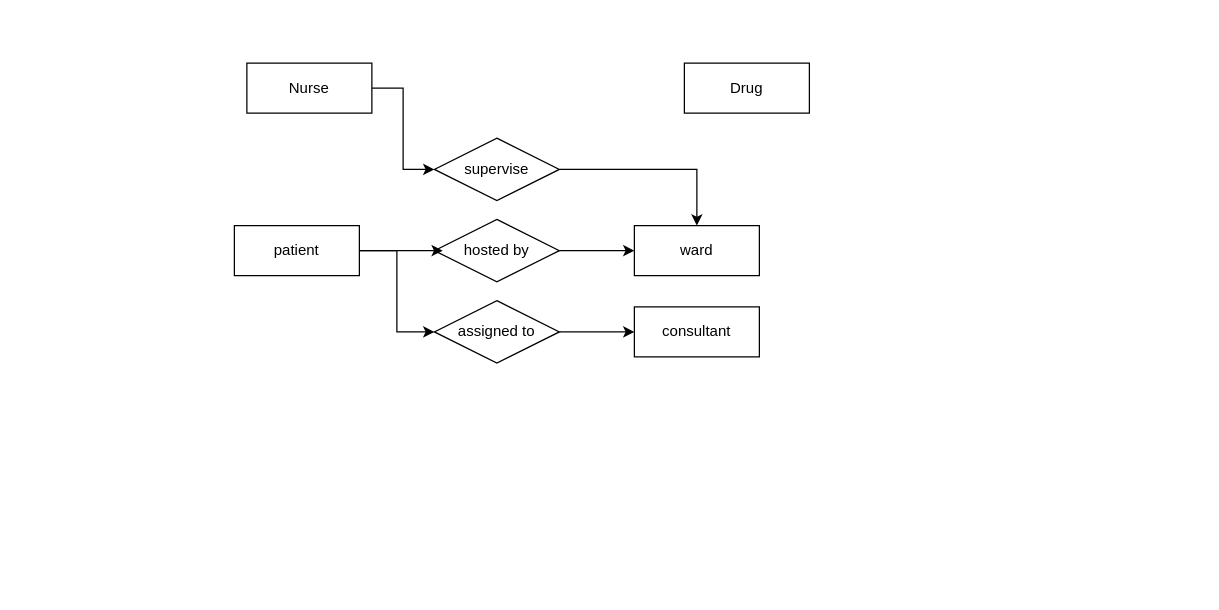
The draw.io diagram Task session 1&2/taske 1 case 3.drawio in Mariam-Amer000/zageng-2025_2026-.NET-, before the edit. Source tidied: cells renumbered, new cells numbered last; positions are measured from the earlier drawing's top-left corner, leaving out a move shared by most shapes. Both pictures are drawn from the tidied source at 125%, with x=0, y=0 at pixel (234, 62).
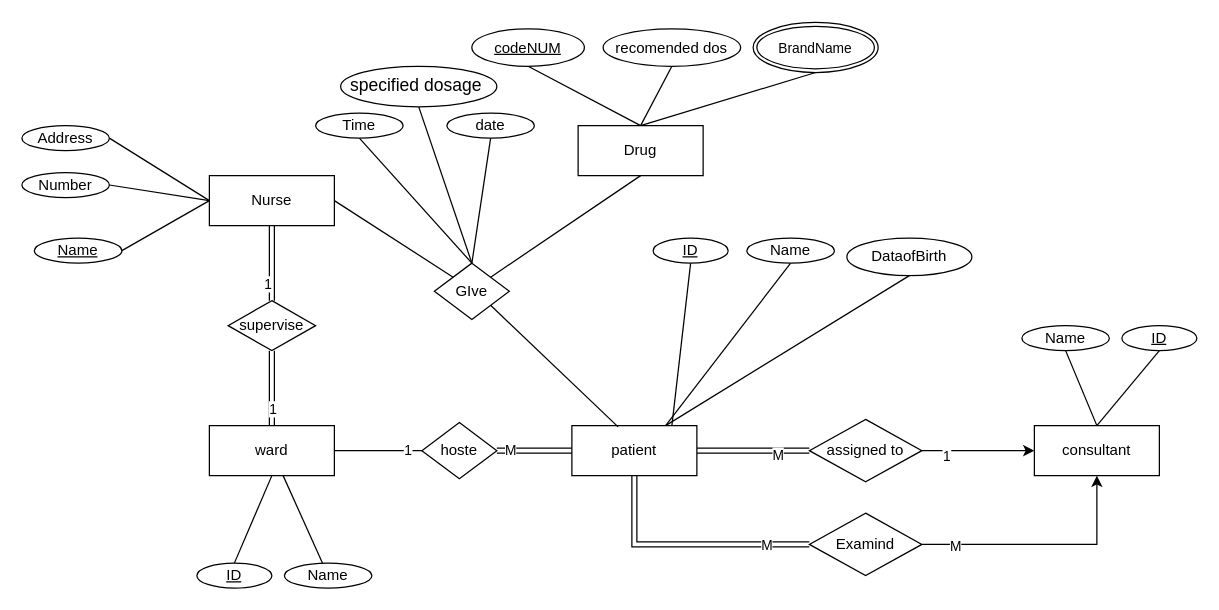
Above is the later version.

Commit message (it also covers changes not shown here):
case 3 ERD && mapping

What changed in the source:
```diff
@@
+    <mxCell id="16" style="edgeStyle=orthogonalEdgeStyle;rounded=0;jettySize=auto;html=1;exitX=1;exitY=0.5;exitDx=0;exitDy=0;entryX=0;entryY=0.5;entryDx=0;entryDy=0;endArrow=none;endFill=0;" parent="1" edge="1" source="2" target="10">
+      <mxGeometry relative="1" as="geometry" />
+    </mxCell>
+    <mxCell id="17" value="1" style="edgeLabel;html=1;align=center;verticalAlign=middle;" parent="16" vertex="1">
+      <mxGeometry x="0.66" y="1" relative="1" as="geometry" />
+    </mxCell>
+    <mxCell id="18" style="rounded=0;jettySize=auto;html=1;endArrow=none;endFill=0;" parent="1" edge="1" source="2" target="47">
+      <mxGeometry relative="1" as="geometry" />
+    </mxCell>
+    <mxCell id="19" style="shape=connector;rounded=0;jettySize=auto;html=1;exitX=0.5;exitY=1;exitDx=0;exitDy=0;entryX=0.5;entryY=0;entryDx=0;entryDy=0;strokeColor=default;align=center;verticalAlign=middle;fontFamily=Helvetica;fontSize=11;fontColor=default;labelBackgroundColor=default;endArrow=none;endFill=0;" parent="1" edge="1" source="2" target="46">
+      <mxGeometry relative="1" as="geometry" />
+    </mxCell>
     <mxCell id="2" value="ward" style="whiteSpace=wrap;html=1;align=center;" parent="1" vertex="1">
-      <mxGeometry x="320" y="130" width="100" height="40" as="geometry" />
+      <mxGeometry x="-20" y="290" width="100" height="40" as="geometry" />
     </mxCell>
-    <mxCell id="3" style="edgeStyle=orthogonalEdgeStyle;rounded=0;jettySize=auto;html=1;exitX=1;exitY=0.5;exitDx=0;exitDy=0;entryX=0;entryY=0.5;entryDx=0;entryDy=0;" parent="1" edge="1" source="4" target="13">
+    <mxCell id="3" style="edgeStyle=orthogonalEdgeStyle;rounded=0;jettySize=auto;html=1;exitX=1;exitY=0.5;exitDx=0;exitDy=0;entryX=0;entryY=0.5;entryDx=0;entryDy=0;shape=link;" parent="1" edge="1" source="4" target="13">
       <mxGeometry relative="1" as="geometry" />
     </mxCell>
+    <mxCell id="20" value="M" style="edgeLabel;html=1;align=center;verticalAlign=middle;" parent="3" vertex="1">
+      <mxGeometry x="0.42" y="-3" relative="1" as="geometry" />
+    </mxCell>
+    <mxCell id="21" style="edgeStyle=orthogonalEdgeStyle;rounded=0;jettySize=auto;html=1;exitX=0.5;exitY=1;exitDx=0;exitDy=0;entryX=0;entryY=0.5;entryDx=0;entryDy=0;shape=link;" parent="1" edge="1" source="4" target="40">
+      <mxGeometry relative="1" as="geometry" />
+    </mxCell>
+    <mxCell id="22" value="M" style="edgeLabel;html=1;align=center;verticalAlign=middle;" parent="21" vertex="1">
+      <mxGeometry x="0.64" relative="1" as="geometry" />
+    </mxCell>
+    <mxCell id="23" style="edgeStyle=none;shape=connector;rounded=0;jettySize=auto;html=1;exitX=0.75;exitY=0;exitDx=0;exitDy=0;entryX=0.5;entryY=1;entryDx=0;entryDy=0;strokeColor=default;align=center;verticalAlign=middle;fontFamily=Helvetica;fontSize=11;fontColor=default;labelBackgroundColor=default;endArrow=none;endFill=0;" parent="1" edge="1" source="4" target="52">
+      <mxGeometry relative="1" as="geometry" />
+    </mxCell>
     <mxCell id="4" value="patient" style="whiteSpace=wrap;html=1;align=center;" parent="1" vertex="1">
-      <mxGeometry y="130" width="100" height="40" as="geometry" />
+      <mxGeometry x="270" y="290" width="100" height="40" as="geometry" />
     </mxCell>
+    <mxCell id="24" style="edgeStyle=none;shape=connector;rounded=0;jettySize=auto;html=1;exitX=0.5;exitY=0;exitDx=0;exitDy=0;entryX=0.5;entryY=1;entryDx=0;entryDy=0;strokeColor=default;align=center;verticalAlign=middle;fontFamily=Helvetica;fontSize=11;fontColor=default;labelBackgroundColor=default;endArrow=none;endFill=0;" parent="1" edge="1" source="5" target="54">
+      <mxGeometry relative="1" as="geometry" />
+    </mxCell>
+    <mxCell id="25" style="edgeStyle=none;shape=connector;rounded=0;jettySize=auto;html=1;exitX=0.5;exitY=0;exitDx=0;exitDy=0;entryX=0.5;entryY=1;entryDx=0;entryDy=0;strokeColor=default;align=center;verticalAlign=middle;fontFamily=Helvetica;fontSize=11;fontColor=default;labelBackgroundColor=default;endArrow=none;endFill=0;" parent="1" edge="1" source="5" target="53">
+      <mxGeometry relative="1" as="geometry" />
+    </mxCell>
     <mxCell id="5" value="consultant" style="whiteSpace=wrap;html=1;align=center;" parent="1" vertex="1">
-      <mxGeometry x="320" y="195" width="100" height="40" as="geometry" />
+      <mxGeometry x="640" y="290" width="100" height="40" as="geometry" />
     </mxCell>
-    <mxCell id="6" style="edgeStyle=orthogonalEdgeStyle;rounded=0;jettySize=auto;html=1;exitX=1;exitY=0.5;exitDx=0;exitDy=0;entryX=0;entryY=0.5;entryDx=0;entryDy=0;" parent="1" edge="1" source="7" target="15">
+    <mxCell id="6" style="edgeStyle=orthogonalEdgeStyle;rounded=0;jettySize=auto;html=1;exitX=0.5;exitY=1;exitDx=0;exitDy=0;entryX=0.5;entryY=0;entryDx=0;entryDy=0;shape=link;" parent="1" edge="1" source="7" target="15">
       <mxGeometry relative="1" as="geometry" />
     </mxCell>
+    <mxCell id="26" value="1" style="edgeLabel;html=1;align=center;verticalAlign=middle;" parent="6" vertex="1">
+      <mxGeometry x="0.53" y="-4" relative="1" as="geometry" />
+    </mxCell>
+    <mxCell id="27" style="edgeStyle=none;shape=connector;rounded=0;jettySize=auto;html=1;exitX=0;exitY=0.5;exitDx=0;exitDy=0;entryX=1;entryY=0.5;entryDx=0;entryDy=0;strokeColor=default;align=center;verticalAlign=middle;fontFamily=Helvetica;fontSize=11;fontColor=default;labelBackgroundColor=default;endArrow=none;endFill=0;" parent="1" edge="1" source="7" target="55">
+      <mxGeometry relative="1" as="geometry" />
+    </mxCell>
+    <mxCell id="28" style="edgeStyle=none;shape=connector;rounded=0;jettySize=auto;html=1;exitX=0;exitY=0.5;exitDx=0;exitDy=0;entryX=1;entryY=0.5;entryDx=0;entryDy=0;strokeColor=default;align=center;verticalAlign=middle;fontFamily=Helvetica;fontSize=11;fontColor=default;labelBackgroundColor=default;endArrow=none;endFill=0;" parent="1" edge="1" source="7" target="56">
+      <mxGeometry relative="1" as="geometry" />
+    </mxCell>
+    <mxCell id="29" style="edgeStyle=none;shape=connector;rounded=0;jettySize=auto;html=1;exitX=0;exitY=0.5;exitDx=0;exitDy=0;entryX=1;entryY=0.5;entryDx=0;entryDy=0;strokeColor=default;align=center;verticalAlign=middle;fontFamily=Helvetica;fontSize=11;fontColor=default;labelBackgroundColor=default;endArrow=none;endFill=0;" parent="1" edge="1" source="7" target="57">
+      <mxGeometry relative="1" as="geometry" />
+    </mxCell>
+    <mxCell id="30" style="edgeStyle=none;shape=connector;rounded=0;jettySize=auto;html=1;exitX=1;exitY=0.5;exitDx=0;exitDy=0;entryX=0;entryY=0;entryDx=0;entryDy=0;strokeColor=default;align=center;verticalAlign=middle;fontFamily=Helvetica;fontSize=11;fontColor=default;labelBackgroundColor=default;endArrow=none;endFill=0;" parent="1" edge="1" source="7" target="45">
+      <mxGeometry relative="1" as="geometry" />
+    </mxCell>
     <mxCell id="7" value="Nurse" style="whiteSpace=wrap;html=1;align=center;" parent="1" vertex="1">
-      <mxGeometry x="10" width="100" height="40" as="geometry" />
+      <mxGeometry x="-20" y="90" width="100" height="40" as="geometry" />
     </mxCell>
+    <mxCell id="31" style="edgeStyle=none;shape=connector;rounded=0;jettySize=auto;html=1;exitX=0.5;exitY=0;exitDx=0;exitDy=0;entryX=0.5;entryY=1;entryDx=0;entryDy=0;strokeColor=default;align=center;verticalAlign=middle;fontFamily=Helvetica;fontSize=11;fontColor=default;labelBackgroundColor=default;endArrow=none;endFill=0;" parent="1" edge="1" source="8" target="59">
+      <mxGeometry relative="1" as="geometry" />
+    </mxCell>
+    <mxCell id="32" style="edgeStyle=none;shape=connector;rounded=0;jettySize=auto;html=1;exitX=0.5;exitY=0;exitDx=0;exitDy=0;entryX=0.5;entryY=1;entryDx=0;entryDy=0;strokeColor=default;align=center;verticalAlign=middle;fontFamily=Helvetica;fontSize=11;fontColor=default;labelBackgroundColor=default;endArrow=none;endFill=0;" parent="1" edge="1" source="8" target="60">
+      <mxGeometry relative="1" as="geometry" />
+    </mxCell>
+    <mxCell id="33" style="edgeStyle=none;shape=connector;rounded=0;jettySize=auto;html=1;exitX=0.5;exitY=0;exitDx=0;exitDy=0;entryX=0.5;entryY=1;entryDx=0;entryDy=0;strokeColor=default;align=center;verticalAlign=middle;fontFamily=Helvetica;fontSize=11;fontColor=default;labelBackgroundColor=default;endArrow=none;endFill=0;" parent="1" edge="1" source="8" target="61">
+      <mxGeometry relative="1" as="geometry" />
+    </mxCell>
     <mxCell id="8" value="Drug" style="whiteSpace=wrap;html=1;align=center;" parent="1" vertex="1">
-      <mxGeometry x="360" width="100" height="40" as="geometry" />
+      <mxGeometry x="275" y="50" width="100" height="40" as="geometry" />
     </mxCell>
-    <mxCell id="9" style="edgeStyle=orthogonalEdgeStyle;rounded=0;jettySize=auto;html=1;exitX=1;exitY=0.5;exitDx=0;exitDy=0;entryX=0;entryY=0.5;entryDx=0;entryDy=0;" parent="1" edge="1" source="10" target="2">
-      <mxGeometry relative="1" as="geometry" />
-    </mxCell>
+    <mxCell id="34" style="edgeStyle=orthogonalEdgeStyle;rounded=0;jettySize=auto;html=1;exitX=1;exitY=0.5;exitDx=0;exitDy=0;entryX=0;entryY=0.5;entryDx=0;entryDy=0;shape=link;" parent="1" edge="1" source="10" target="4">
+      <mxGeometry relative="1" as="geometry" />
+    </mxCell>
+    <mxCell id="35" value="M" style="edgeLabel;html=1;align=center;verticalAlign=middle;" parent="34" vertex="1">
+      <mxGeometry x="-0.67" y="1" relative="1" as="geometry" />
+    </mxCell>
-    <mxCell id="10" value="hosted by" style="shape=rhombus;perimeter=rhombusPerimeter;whiteSpace=wrap;html=1;align=center;" parent="1" vertex="1">
-      <mxGeometry x="160" y="125" width="100" height="50" as="geometry" />
+    <mxCell id="10" value="hoste" style="shape=rhombus;perimeter=rhombusPerimeter;whiteSpace=wrap;html=1;align=center;" parent="1" vertex="1">
+      <mxGeometry x="150" y="287.5" width="60" height="45" as="geometry" />
     </mxCell>
-    <mxCell id="11" style="edgeStyle=orthogonalEdgeStyle;rounded=0;jettySize=auto;html=1;exitX=1;exitY=0.5;exitDx=0;exitDy=0;entryX=0.067;entryY=0.5;entryDx=0;entryDy=0;entryPerimeter=0;" parent="1" edge="1" source="4" target="10">
-      <mxGeometry relative="1" as="geometry" />
-    </mxCell>
-    <mxCell id="12" style="edgeStyle=orthogonalEdgeStyle;rounded=0;jettySize=auto;html=1;exitX=1;exitY=0.5;exitDx=0;exitDy=0;entryX=0;entryY=0.5;entryDx=0;entryDy=0;" parent="1" edge="1" source="13" target="5">
+    <mxCell id="12" style="edgeStyle=orthogonalEdgeStyle;rounded=0;jettySize=auto;html=1;exitX=1;exitY=0.5;exitDx=0;exitDy=0;" parent="1" edge="1" source="13" target="5">
       <mxGeometry relative="1" as="geometry" />
     </mxCell>
+    <mxCell id="36" value="1" style="edgeLabel;html=1;align=center;verticalAlign=middle;" parent="12" vertex="1">
+      <mxGeometry x="-0.58" y="-4" relative="1" as="geometry" />
+    </mxCell>
     <mxCell id="13" value="assigned to" style="shape=rhombus;perimeter=rhombusPerimeter;whiteSpace=wrap;html=1;align=center;" parent="1" vertex="1">
-      <mxGeometry x="160" y="190" width="100" height="50" as="geometry" />
+      <mxGeometry x="460" y="285" width="90" height="50" as="geometry" />
     </mxCell>
-    <mxCell id="14" style="edgeStyle=orthogonalEdgeStyle;rounded=0;jettySize=auto;html=1;exitX=1;exitY=0.5;exitDx=0;exitDy=0;entryX=0.5;entryY=0;entryDx=0;entryDy=0;" parent="1" edge="1" source="15" target="2">
+    <mxCell id="14" style="edgeStyle=orthogonalEdgeStyle;rounded=0;jettySize=auto;html=1;exitX=0.5;exitY=1;exitDx=0;exitDy=0;shape=link;" parent="1" edge="1" source="15" target="2">
       <mxGeometry relative="1" as="geometry" />
     </mxCell>
+    <mxCell id="37" value="1" style="edgeLabel;html=1;align=center;verticalAlign=middle;" parent="14" vertex="1">
+      <mxGeometry x="0.53" relative="1" as="geometry" />
+    </mxCell>
     <mxCell id="15" value="supervise" style="shape=rhombus;perimeter=rhombusPerimeter;whiteSpace=wrap;html=1;align=center;" parent="1" vertex="1">
-      <mxGeometry x="160" y="60" width="100" height="50" as="geometry" />
+      <mxGeometry x="-5" y="190" width="70" height="40" as="geometry" />
     </mxCell>
+    <mxCell id="38" style="edgeStyle=orthogonalEdgeStyle;rounded=0;jettySize=auto;html=1;exitX=1;exitY=0.5;exitDx=0;exitDy=0;entryX=0.5;entryY=1;entryDx=0;entryDy=0;" parent="1" edge="1" source="40" target="5">
+      <mxGeometry relative="1" as="geometry" />
+    </mxCell>
+    <mxCell id="39" value="M" style="edgeLabel;html=1;align=center;verticalAlign=middle;" parent="38" vertex="1">
+      <mxGeometry x="-0.73" y="-1" relative="1" as="geometry" />
+    </mxCell>
+    <mxCell id="40" value="Examind" style="shape=rhombus;perimeter=rhombusPerimeter;whiteSpace=wrap;html=1;align=center;" parent="1" vertex="1">
+      <mxGeometry x="460" y="360" width="90" height="50" as="geometry" />
+    </mxCell>
+    <mxCell id="41" style="edgeStyle=none;shape=connector;rounded=0;jettySize=auto;html=1;exitX=1;exitY=0;exitDx=0;exitDy=0;entryX=0.5;entryY=1;entryDx=0;entryDy=0;strokeColor=default;align=center;verticalAlign=middle;fontFamily=Helvetica;fontSize=11;fontColor=default;labelBackgroundColor=default;endArrow=none;endFill=0;" parent="1" edge="1" source="45" target="8">
+      <mxGeometry relative="1" as="geometry" />
+    </mxCell>
+    <mxCell id="42" style="edgeStyle=none;shape=connector;rounded=0;jettySize=auto;html=1;exitX=0.5;exitY=0;exitDx=0;exitDy=0;entryX=0.5;entryY=1;entryDx=0;entryDy=0;strokeColor=default;align=center;verticalAlign=middle;fontFamily=Helvetica;fontSize=11;fontColor=default;labelBackgroundColor=default;endArrow=none;endFill=0;" parent="1" edge="1" source="45" target="62">
+      <mxGeometry relative="1" as="geometry" />
+    </mxCell>
+    <mxCell id="43" style="edgeStyle=none;shape=connector;rounded=0;jettySize=auto;html=1;exitX=0.5;exitY=0;exitDx=0;exitDy=0;entryX=0.5;entryY=1;entryDx=0;entryDy=0;strokeColor=default;align=center;verticalAlign=middle;fontFamily=Helvetica;fontSize=11;fontColor=default;labelBackgroundColor=default;endArrow=none;endFill=0;" parent="1" edge="1" source="45" target="63">
+      <mxGeometry relative="1" as="geometry" />
+    </mxCell>
+    <mxCell id="44" style="edgeStyle=none;shape=connector;rounded=0;jettySize=auto;html=1;exitX=0.5;exitY=0;exitDx=0;exitDy=0;entryX=0.5;entryY=1;entryDx=0;entryDy=0;strokeColor=default;align=center;verticalAlign=middle;fontFamily=Helvetica;fontSize=11;fontColor=default;labelBackgroundColor=default;endArrow=none;endFill=0;" parent="1" edge="1" source="45" target="64">
+      <mxGeometry relative="1" as="geometry" />
+    </mxCell>
+    <mxCell id="45" value="GIve" style="shape=rhombus;perimeter=rhombusPerimeter;whiteSpace=wrap;html=1;align=center;" parent="1" vertex="1">
+      <mxGeometry x="160" y="160" width="60" height="45" as="geometry" />
+    </mxCell>
+    <mxCell id="46" value="&lt;u&gt;ID&lt;/u&gt;" style="ellipse;whiteSpace=wrap;html=1;align=center;" parent="1" vertex="1">
+      <mxGeometry x="-30" y="400" width="60" height="20" as="geometry" />
+    </mxCell>
+    <mxCell id="47" value="Name" style="ellipse;whiteSpace=wrap;html=1;align=center;" parent="1" vertex="1">
+      <mxGeometry x="40" y="400" width="70" height="20" as="geometry" />
+    </mxCell>
+    <mxCell id="48" style="shape=connector;rounded=0;jettySize=auto;html=1;exitX=0.5;exitY=1;exitDx=0;exitDy=0;strokeColor=default;align=center;verticalAlign=middle;fontFamily=Helvetica;fontSize=11;fontColor=default;labelBackgroundColor=default;endArrow=none;endFill=0;" parent="1" edge="1" source="49">
+      <mxGeometry relative="1" as="geometry">
+        <mxPoint x="350" y="290" as="targetPoint" />
+      </mxGeometry>
+    </mxCell>
+    <mxCell id="49" value="&lt;u&gt;ID&lt;/u&gt;" style="ellipse;whiteSpace=wrap;html=1;align=center;" parent="1" vertex="1">
+      <mxGeometry x="335" y="140" width="60" height="20" as="geometry" />
+    </mxCell>
+    <mxCell id="50" style="shape=connector;rounded=0;jettySize=auto;html=1;exitX=0.5;exitY=1;exitDx=0;exitDy=0;entryX=0.75;entryY=0;entryDx=0;entryDy=0;strokeColor=default;align=center;verticalAlign=middle;fontFamily=Helvetica;fontSize=11;fontColor=default;labelBackgroundColor=default;endArrow=none;endFill=0;" parent="1" edge="1" source="51" target="4">
+      <mxGeometry relative="1" as="geometry" />
+    </mxCell>
+    <mxCell id="51" value="Name" style="ellipse;whiteSpace=wrap;html=1;align=center;" parent="1" vertex="1">
+      <mxGeometry x="410" y="140" width="70" height="20" as="geometry" />
+    </mxCell>
+    <mxCell id="52" value="DataofBirth" style="ellipse;whiteSpace=wrap;html=1;align=center;" parent="1" vertex="1">
+      <mxGeometry x="490" y="140" width="100" height="30" as="geometry" />
+    </mxCell>
+    <mxCell id="53" value="&lt;u&gt;ID&lt;/u&gt;" style="ellipse;whiteSpace=wrap;html=1;align=center;" parent="1" vertex="1">
+      <mxGeometry x="710" y="210" width="60" height="20" as="geometry" />
+    </mxCell>
+    <mxCell id="54" value="Name" style="ellipse;whiteSpace=wrap;html=1;align=center;" parent="1" vertex="1">
+      <mxGeometry x="630" y="210" width="70" height="20" as="geometry" />
+    </mxCell>
+    <mxCell id="55" value="&lt;u&gt;Name&lt;/u&gt;" style="ellipse;whiteSpace=wrap;html=1;align=center;" parent="1" vertex="1">
+      <mxGeometry x="-160" y="140" width="70" height="20" as="geometry" />
+    </mxCell>
+    <mxCell id="56" value="Number" style="ellipse;whiteSpace=wrap;html=1;align=center;" parent="1" vertex="1">
+      <mxGeometry x="-170" y="87.5" width="70" height="20" as="geometry" />
+    </mxCell>
+    <mxCell id="57" value="Address" style="ellipse;whiteSpace=wrap;html=1;align=center;" parent="1" vertex="1">
+      <mxGeometry x="-170" y="50" width="70" height="20" as="geometry" />
+    </mxCell>
+    <mxCell id="58" style="edgeStyle=none;shape=connector;rounded=0;jettySize=auto;html=1;exitX=1;exitY=1;exitDx=0;exitDy=0;entryX=0.37;entryY=0.025;entryDx=0;entryDy=0;entryPerimeter=0;strokeColor=default;align=center;verticalAlign=middle;fontFamily=Helvetica;fontSize=11;fontColor=default;labelBackgroundColor=default;endArrow=none;endFill=0;" parent="1" edge="1" source="45" target="4">
+      <mxGeometry relative="1" as="geometry" />
+    </mxCell>
+    <mxCell id="59" value="&lt;u&gt;codeNUM&lt;/u&gt;" style="ellipse;whiteSpace=wrap;html=1;align=center;" parent="1" vertex="1">
+      <mxGeometry x="190" y="-27.5" width="90" height="30" as="geometry" />
+    </mxCell>
+    <mxCell id="60" value="recomended dos" style="ellipse;whiteSpace=wrap;html=1;align=center;" parent="1" vertex="1">
+      <mxGeometry x="295" y="-27.5" width="110" height="30" as="geometry" />
+    </mxCell>
+    <mxCell id="61" value="BrandName" style="ellipse;shape=doubleEllipse;margin=3;whiteSpace=wrap;html=1;align=center;fontFamily=Helvetica;fontSize=11;fontColor=default;labelBackgroundColor=default;" parent="1" vertex="1">
+      <mxGeometry x="415" y="-32.5" width="100" height="40" as="geometry" />
+    </mxCell>
+    <mxCell id="62" value="Time" style="ellipse;whiteSpace=wrap;html=1;align=center;" parent="1" vertex="1">
+      <mxGeometry x="65" y="40" width="70" height="20" as="geometry" />
+    </mxCell>
+    <mxCell id="63" value="date" style="ellipse;whiteSpace=wrap;html=1;align=center;" parent="1" vertex="1">
+      <mxGeometry x="170" y="40" width="70" height="20" as="geometry" />
+    </mxCell>
+    <mxCell id="64" value="&lt;span style=&quot;line-height: 107%; font-family: Calibri, sans-serif;&quot;&gt;&lt;font style=&quot;font-size: 14px;&quot;&gt;specified dosage&amp;nbsp;&lt;/font&gt;&lt;/span&gt;" style="ellipse;whiteSpace=wrap;html=1;align=center;" parent="1" vertex="1">
+      <mxGeometry x="85" y="2.5" width="125" height="32.5" as="geometry" />
+    </mxCell>
```
